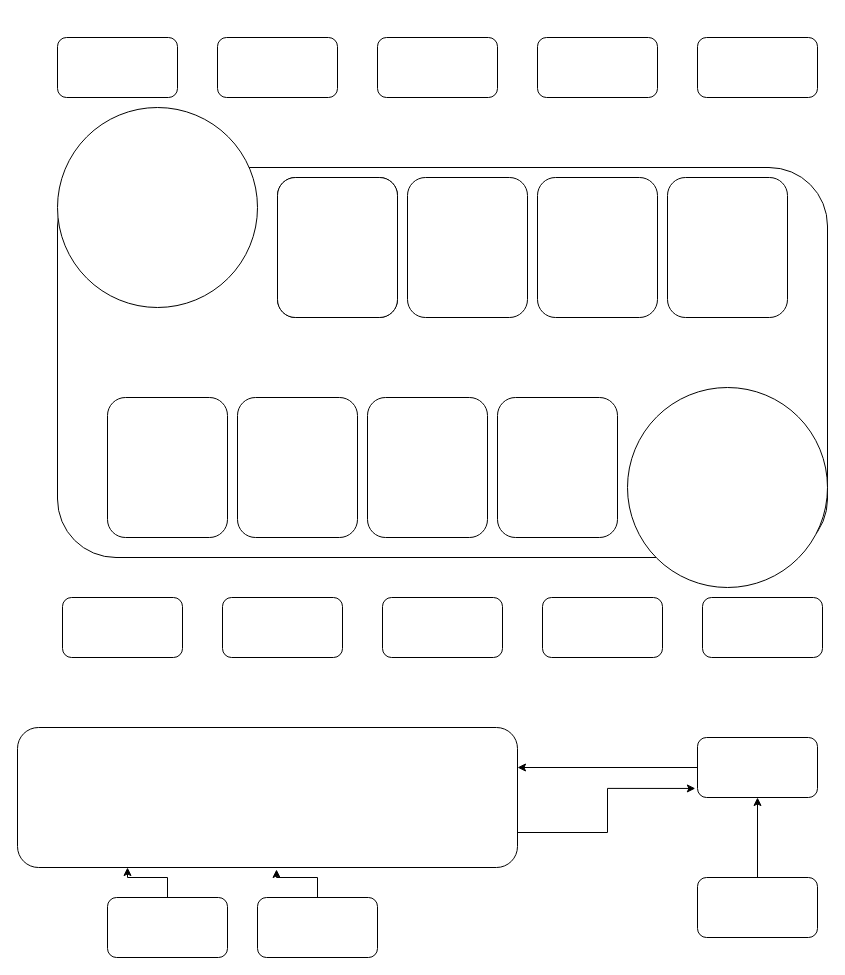
The draw.io diagram daigrams_from_site/Card Game Flow Chart.drawio in popados/01_diagrams, before the edit. Source tidied: cells renumbered, new cells numbered last; positions are measured from the earlier drawing's top-left corner, leaving out a move shared by most shapes. Both pictures are drawn from the tidied source at 100%, with x=0, y=0 at pixel (17, 37).
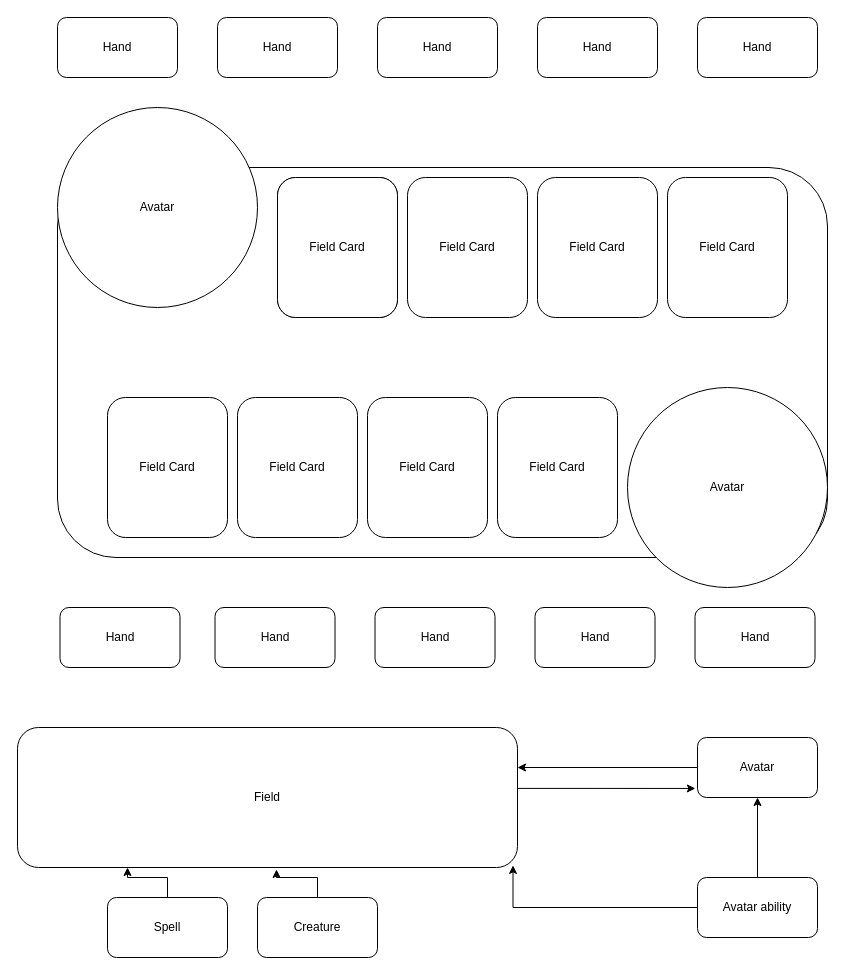
The same page after the edit.

The edit, as a diff of the source:
```diff
@@
-    <mxCell id="2" style="rounded=1;whiteSpace=wrap;html=1;" parent="1" vertex="1">
-      <mxGeometry x="40" width="120" height="60" as="geometry" />
+    <mxCell id="2" value="Hand" style="rounded=1;whiteSpace=wrap;html=1;" parent="1" vertex="1">
+      <mxGeometry x="40" y="-20" width="120" height="60" as="geometry" />
     </mxCell>
-    <mxCell id="3" style="rounded=1;whiteSpace=wrap;html=1;" parent="1" vertex="1">
-      <mxGeometry x="200" width="120" height="60" as="geometry" />
+    <mxCell id="3" value="Hand" style="rounded=1;whiteSpace=wrap;html=1;" parent="1" vertex="1">
+      <mxGeometry x="200" y="-20" width="120" height="60" as="geometry" />
     </mxCell>
@@
-    <mxCell id="5" style="ellipse;whiteSpace=wrap;html=1;" parent="1" vertex="1">
+    <mxCell id="5" value="Avatar" style="ellipse;whiteSpace=wrap;html=1;" parent="1" vertex="1">
       <mxGeometry x="40" y="70" width="200" height="200" as="geometry" />
     </mxCell>
-    <mxCell id="6" style="rounded=1;whiteSpace=wrap;html=1;" parent="1" vertex="1">
-      <mxGeometry x="520" width="120" height="60" as="geometry" />
+    <mxCell id="6" value="Hand" style="rounded=1;whiteSpace=wrap;html=1;" parent="1" vertex="1">
+      <mxGeometry x="520" y="-20" width="120" height="60" as="geometry" />
     </mxCell>
-    <mxCell id="7" style="rounded=1;whiteSpace=wrap;html=1;" parent="1" vertex="1">
-      <mxGeometry x="360" width="120" height="60" as="geometry" />
+    <mxCell id="7" value="Hand" style="rounded=1;whiteSpace=wrap;html=1;" parent="1" vertex="1">
+      <mxGeometry x="360" y="-20" width="120" height="60" as="geometry" />
     </mxCell>
-    <mxCell id="8" style="rounded=1;whiteSpace=wrap;html=1;" parent="1" vertex="1">
-      <mxGeometry x="680" width="120" height="60" as="geometry" />
+    <mxCell id="8" value="Hand" style="rounded=1;whiteSpace=wrap;html=1;" parent="1" vertex="1">
+      <mxGeometry x="680" y="-20" width="120" height="60" as="geometry" />
     </mxCell>
-    <mxCell id="9" style="ellipse;whiteSpace=wrap;html=1;" parent="1" vertex="1">
+    <mxCell id="9" value="Avatar" style="ellipse;whiteSpace=wrap;html=1;" parent="1" vertex="1">
       <mxGeometry x="610" y="350" width="200" height="200" as="geometry" />
     </mxCell>
-    <mxCell id="10" style="rounded=1;whiteSpace=wrap;html=1;" parent="1" vertex="1">
-      <mxGeometry x="45" y="560" width="120" height="60" as="geometry" />
-    </mxCell>
-    <mxCell id="11" style="rounded=1;whiteSpace=wrap;html=1;" parent="1" vertex="1">
-      <mxGeometry x="205" y="560" width="120" height="60" as="geometry" />
+    <mxCell id="11" value="Hand" style="rounded=1;whiteSpace=wrap;html=1;" parent="1" vertex="1">
+      <mxGeometry x="197.5" y="570" width="120" height="60" as="geometry" />
     </mxCell>
-    <mxCell id="12" style="rounded=1;whiteSpace=wrap;html=1;" parent="1" vertex="1">
-      <mxGeometry x="525" y="560" width="120" height="60" as="geometry" />
+    <mxCell id="12" value="Hand" style="rounded=1;whiteSpace=wrap;html=1;" parent="1" vertex="1">
+      <mxGeometry x="517.5" y="570" width="120" height="60" as="geometry" />
     </mxCell>
-    <mxCell id="13" style="rounded=1;whiteSpace=wrap;html=1;" parent="1" vertex="1">
-      <mxGeometry x="365" y="560" width="120" height="60" as="geometry" />
+    <mxCell id="13" value="Hand" style="rounded=1;whiteSpace=wrap;html=1;" parent="1" vertex="1">
+      <mxGeometry x="357.5" y="570" width="120" height="60" as="geometry" />
     </mxCell>
-    <mxCell id="14" style="rounded=1;whiteSpace=wrap;html=1;" parent="1" vertex="1">
-      <mxGeometry x="685" y="560" width="120" height="60" as="geometry" />
+    <mxCell id="14" value="Hand" style="rounded=1;whiteSpace=wrap;html=1;" parent="1" vertex="1">
+      <mxGeometry x="677.5" y="570" width="120" height="60" as="geometry" />
     </mxCell>
-    <mxCell id="15" style="rounded=1;whiteSpace=wrap;html=1;" parent="1" vertex="1">
+    <mxCell id="15" value="Field Card" style="rounded=1;whiteSpace=wrap;html=1;" parent="1" vertex="1">
       <mxGeometry x="90" y="360" width="120" height="140" as="geometry" />
     </mxCell>
-    <mxCell id="16" style="rounded=1;whiteSpace=wrap;html=1;" parent="1" vertex="1">
+    <mxCell id="16" value="Field Card" style="rounded=1;whiteSpace=wrap;html=1;" parent="1" vertex="1">
       <mxGeometry x="220" y="360" width="120" height="140" as="geometry" />
     </mxCell>
@@
-    <mxCell id="18" style="rounded=1;whiteSpace=wrap;html=1;" parent="1" vertex="1">
+    <mxCell id="18" value="Field Card" style="rounded=1;whiteSpace=wrap;html=1;" parent="1" vertex="1">
       <mxGeometry x="350" y="360" width="120" height="140" as="geometry" />
     </mxCell>
-    <mxCell id="19" style="rounded=1;whiteSpace=wrap;html=1;" parent="1" vertex="1">
+    <mxCell id="19" value="Field Card" style="rounded=1;whiteSpace=wrap;html=1;" parent="1" vertex="1">
       <mxGeometry x="480" y="360" width="120" height="140" as="geometry" />
     </mxCell>
-    <mxCell id="20" style="rounded=1;whiteSpace=wrap;html=1;" parent="1" vertex="1">
+    <mxCell id="20" value="Field Card" style="rounded=1;whiteSpace=wrap;html=1;" parent="1" vertex="1">
       <mxGeometry x="260" y="140" width="120" height="140" as="geometry" />
     </mxCell>
-    <mxCell id="21" style="rounded=1;whiteSpace=wrap;html=1;" parent="1" vertex="1">
+    <mxCell id="21" value="Field Card" style="rounded=1;whiteSpace=wrap;html=1;" parent="1" vertex="1">
       <mxGeometry x="390" y="140" width="120" height="140" as="geometry" />
     </mxCell>
-    <mxCell id="22" style="rounded=1;whiteSpace=wrap;html=1;" parent="1" vertex="1">
+    <mxCell id="22" value="Field Card" style="rounded=1;whiteSpace=wrap;html=1;" parent="1" vertex="1">
       <mxGeometry x="520" y="140" width="120" height="140" as="geometry" />
     </mxCell>
-    <mxCell id="23" style="rounded=1;whiteSpace=wrap;html=1;" parent="1" vertex="1">
+    <mxCell id="23" value="Field Card" style="rounded=1;whiteSpace=wrap;html=1;" parent="1" vertex="1">
       <mxGeometry x="650" y="140" width="120" height="140" as="geometry" />
     </mxCell>
     <mxCell id="24" style="edgeStyle=orthogonalEdgeStyle;rounded=0;jettySize=auto;html=1;entryX=-0.018;entryY=0.849;entryDx=0;entryDy=0;entryPerimeter=0;exitX=1;exitY=0.75;exitDx=0;exitDy=0;" parent="1" edge="1" source="25" target="31">
-      <mxGeometry relative="1" as="geometry" />
+      <mxGeometry relative="1" as="geometry">
+        <Array as="points">
+          <mxPoint x="500" y="751" />
+        </Array>
+      </mxGeometry>
     </mxCell>
-    <mxCell id="25" style="rounded=1;whiteSpace=wrap;html=1;" parent="1" vertex="1">
+    <mxCell id="25" value="Field&lt;br&gt;" style="rounded=1;whiteSpace=wrap;html=1;" parent="1" vertex="1">
       <mxGeometry y="690" width="500" height="140" as="geometry" />
     </mxCell>
@@
-    <mxCell id="27" style="rounded=1;whiteSpace=wrap;html=1;" parent="1" vertex="1">
+    <mxCell id="27" value="Spell" style="rounded=1;whiteSpace=wrap;html=1;" parent="1" vertex="1">
       <mxGeometry x="90" y="860" width="120" height="60" as="geometry" />
     </mxCell>
@@
-    <mxCell id="29" style="rounded=1;whiteSpace=wrap;html=1;" parent="1" vertex="1">
+    <mxCell id="29" value="Creature" style="rounded=1;whiteSpace=wrap;html=1;" parent="1" vertex="1">
       <mxGeometry x="240" y="860" width="120" height="60" as="geometry" />
     </mxCell>
@@
-    <mxCell id="31" style="rounded=1;whiteSpace=wrap;html=1;" parent="1" vertex="1">
+    <mxCell id="31" value="Avatar" style="rounded=1;whiteSpace=wrap;html=1;" parent="1" vertex="1">
       <mxGeometry x="680" y="700" width="120" height="60" as="geometry" />
     </mxCell>
@@
+    <mxCell id="34" style="edgeStyle=orthogonalEdgeStyle;rounded=0;jettySize=auto;html=1;entryX=0.991;entryY=0.985;entryDx=0;entryDy=0;entryPerimeter=0;" parent="1" edge="1" source="33" target="25">
+      <mxGeometry relative="1" as="geometry" />
+    </mxCell>
-    <mxCell id="33" style="rounded=1;whiteSpace=wrap;html=1;" parent="1" vertex="1">
+    <mxCell id="33" value="Avatar ability" style="rounded=1;whiteSpace=wrap;html=1;" parent="1" vertex="1">
       <mxGeometry x="680" y="840" width="120" height="60" as="geometry" />
     </mxCell>
+    <mxCell id="35" value="Hand" style="rounded=1;whiteSpace=wrap;html=1;" parent="1" vertex="1">
+      <mxGeometry x="42.5" y="570" width="120" height="60" as="geometry" />
+    </mxCell>
```
